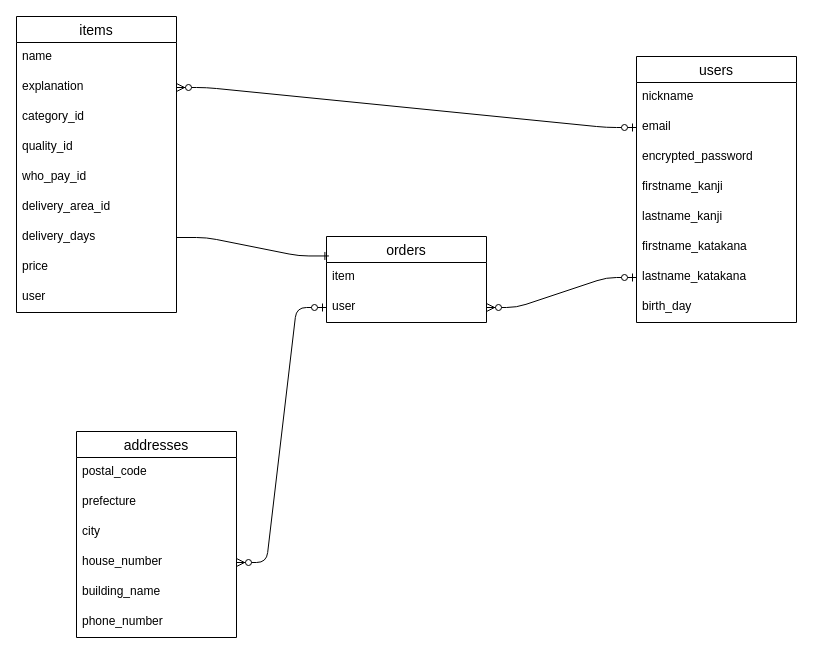
Above: erfigure.dio in yasuda23/furima-40587 (draw.io), before the change. Source tidied: cells renumbered, new cells numbered last; positions are measured from the earlier drawing's top-left corner, leaving out a move shared by most shapes. Both pictures are drawn from the tidied source at 100%, with x=0, y=0 at pixel (16, 16).
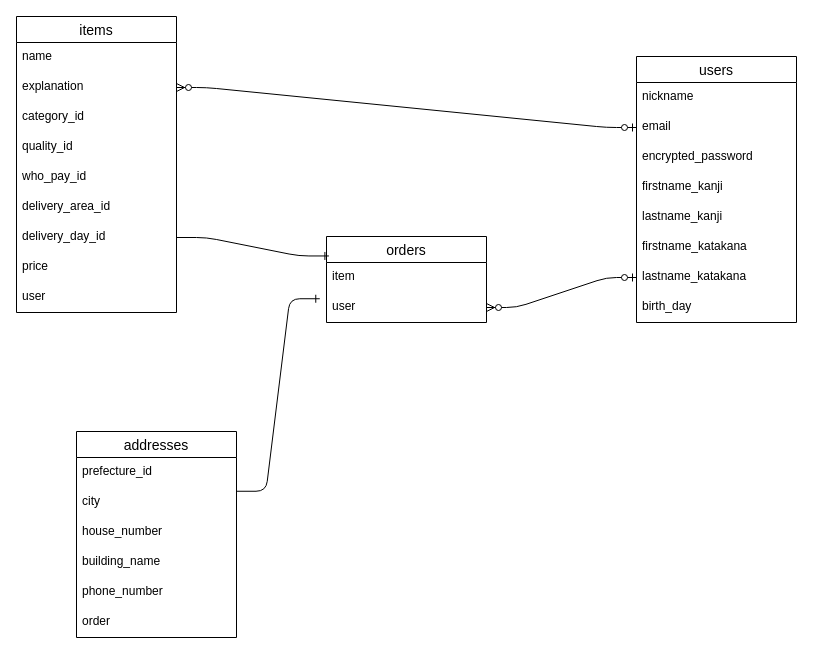
The same page after the edit.

Commit message (it also covers changes not shown here):
データベース設計　指摘事項の修正３

The change refers to these unchanged cells:
```xml
<mxCell id="11" value="items" style="swimlane;fontStyle=0;horizontal=1;startSize=26;align=center;fontSize=14;" parent="1" vertex="1">
  <mxGeometry width="160" height="296" as="geometry" />
</mxCell>
<mxCell id="22" value="addresses" style="swimlane;fontStyle=0;horizontal=1;startSize=26;align=center;fontSize=14;" parent="1" vertex="1">
  <mxGeometry x="60" y="415" width="160" height="206" as="geometry" />
</mxCell>
<mxCell id="31" value="user" style="text;strokeColor=none;fillColor=none;spacingLeft=4;spacingRight=4;overflow=hidden;points=[[0,0.5],[1,0.5]];portConstraint=eastwest;fontSize=12;" parent="29" vertex="1">
  <mxGeometry y="56" width="160" height="30" as="geometry" />
</mxCell>
```

What changed in the source:
```diff
@@
-    <mxCell id="18" value="delivery_days" style="text;strokeColor=none;fillColor=none;spacingLeft=4;spacingRight=4;overflow=hidden;points=[[0,0.5],[1,0.5]];portConstraint=eastwest;fontSize=12;" parent="11" vertex="1">
+    <mxCell id="18" value="delivery_day_id" style="text;strokeColor=none;fillColor=none;spacingLeft=4;spacingRight=4;overflow=hidden;points=[[0,0.5],[1,0.5]];portConstraint=eastwest;fontSize=12;" parent="11" vertex="1">
       <mxGeometry y="206" width="160" height="30" as="geometry" />
     </mxCell>
@@
-    <mxCell id="23" value="postal_code" style="text;strokeColor=none;fillColor=none;spacingLeft=4;spacingRight=4;overflow=hidden;fontSize=12;" parent="22" vertex="1">
-      <mxGeometry y="26" width="160" height="30" as="geometry" />
-    </mxCell>
-    <mxCell id="24" value="prefecture" style="text;strokeColor=none;fillColor=none;spacingLeft=4;spacingRight=4;overflow=hidden;fontSize=12;" parent="22" vertex="1">
-      <mxGeometry y="56" width="160" height="30" as="geometry" />
+    <mxCell id="24" value="prefecture_id" style="text;strokeColor=none;fillColor=none;spacingLeft=4;spacingRight=4;overflow=hidden;fontSize=12;" parent="22" vertex="1">
+      <mxGeometry y="26" width="160" height="30" as="geometry" />
     </mxCell>
     <mxCell id="25" value="city" style="text;strokeColor=none;fillColor=none;spacingLeft=4;spacingRight=4;overflow=hidden;points=[[0,0.5],[1,0.5]];portConstraint=eastwest;fontSize=12;" parent="22" vertex="1">
-      <mxGeometry y="86" width="160" height="30" as="geometry" />
+      <mxGeometry y="56" width="160" height="30" as="geometry" />
     </mxCell>
     <mxCell id="26" value="house_number" style="text;strokeColor=none;fillColor=none;spacingLeft=4;spacingRight=4;overflow=hidden;points=[[0,0.5],[1,0.5]];portConstraint=eastwest;fontSize=12;" parent="22" vertex="1">
-      <mxGeometry y="116" width="160" height="30" as="geometry" />
+      <mxGeometry y="86" width="160" height="30" as="geometry" />
     </mxCell>
     <mxCell id="27" value="building_name" style="text;strokeColor=none;fillColor=none;spacingLeft=4;spacingRight=4;overflow=hidden;fontSize=12;" parent="22" vertex="1">
-      <mxGeometry y="146" width="160" height="30" as="geometry" />
+      <mxGeometry y="116" width="160" height="30" as="geometry" />
     </mxCell>
     <mxCell id="28" value="phone_number" style="text;strokeColor=none;fillColor=none;spacingLeft=4;spacingRight=4;overflow=hidden;fontSize=12;" parent="22" vertex="1">
-      <mxGeometry y="176" width="160" height="30" as="geometry" />
+      <mxGeometry y="146" width="160" height="30" as="geometry" />
     </mxCell>
+    <mxCell id="36" value="order" style="text;strokeColor=none;fillColor=none;spacingLeft=4;spacingRight=4;overflow=hidden;fontSize=12;" parent="22" vertex="1">
+      <mxGeometry y="176" width="160" height="30" as="geometry" />
+    </mxCell>
@@
-    <mxCell id="35" style="edgeStyle=entityRelationEdgeStyle;fontSize=12;html=1;endArrow=ERzeroToMany;startArrow=ERzeroToOne;exitX=0;exitY=0.5;exitDx=0;exitDy=0;" parent="1" edge="1" source="31" target="26">
-      <mxGeometry relative="1" as="geometry" />
-    </mxCell>
+    <mxCell id="37" style="edgeStyle=entityRelationEdgeStyle;fontSize=12;html=1;endArrow=ERone;endFill=1;exitX=0.997;exitY=0.125;exitDx=0;exitDy=0;exitPerimeter=0;entryX=-0.042;entryY=0.208;entryDx=0;entryDy=0;entryPerimeter=0;" parent="1" edge="1" source="25" target="31">
+      <mxGeometry relative="1" as="geometry" />
+    </mxCell>
```
